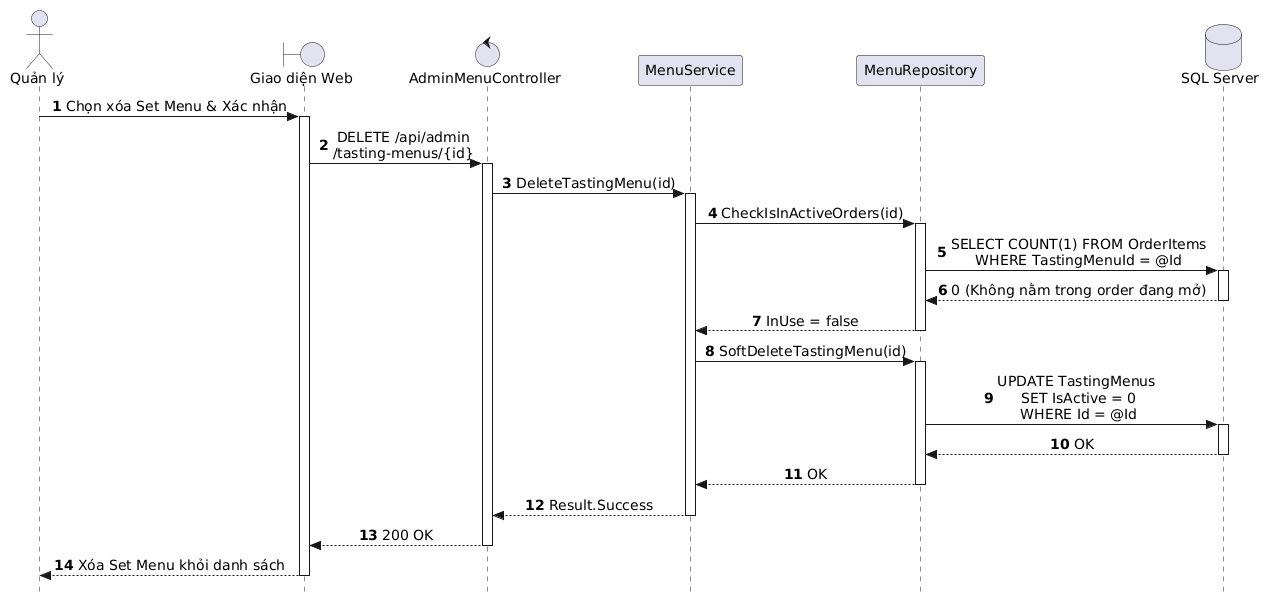
AndrewQng/VinDining keeps this PlantUML diagram as out/docs/puml/sequences/SD_UC_A1_7_Delete_SetMenu/SD_UC_A1_7_Delete_SetMenu.png. Above is the earlier version. Its diagram source:
```plantuml
@startuml
autonumber
skinparam style strictuml
skinparam sequenceMessageAlign center
skinparam responseMessageBelowArrow true
skinparam defaultFontName "Segoe UI", Arial, sans-serif
skinparam defaultFontSize 14

actor "Quản lý" as Manager
boundary "Giao diện Web" as UI
control "AdminMenuController" as Controller
participant "MenuService" as Service
participant "MenuRepository" as Repo
database "SQL Server" as DB

Manager -> UI: Chọn xóa Set Menu & Xác nhận
activate UI

UI -> Controller: DELETE /api/admin\n/tasting-menus/{id}
activate Controller

Controller -> Service: DeleteTastingMenu(id)
activate Service

Service -> Repo: CheckIsInActiveOrders(id)
activate Repo
Repo -> DB: SELECT COUNT(1) FROM OrderItems\nWHERE TastingMenuId = @Id
activate DB
DB --> Repo: 0 (Không nằm trong order đang mở)
deactivate DB
Repo --> Service: InUse = false
deactivate Repo

Service -> Repo: SoftDeleteTastingMenu(id)
activate Repo

Repo -> DB: UPDATE TastingMenus \nSET IsActive = 0\nWHERE Id = @Id
activate DB
DB --> Repo: OK
deactivate DB

Repo --> Service: OK
deactivate Repo

Service --> Controller: Result.Success
deactivate Service

Controller --> UI: 200 OK
deactivate Controller

UI --> Manager: Xóa Set Menu khỏi danh sách
deactivate UI
@enduml
```
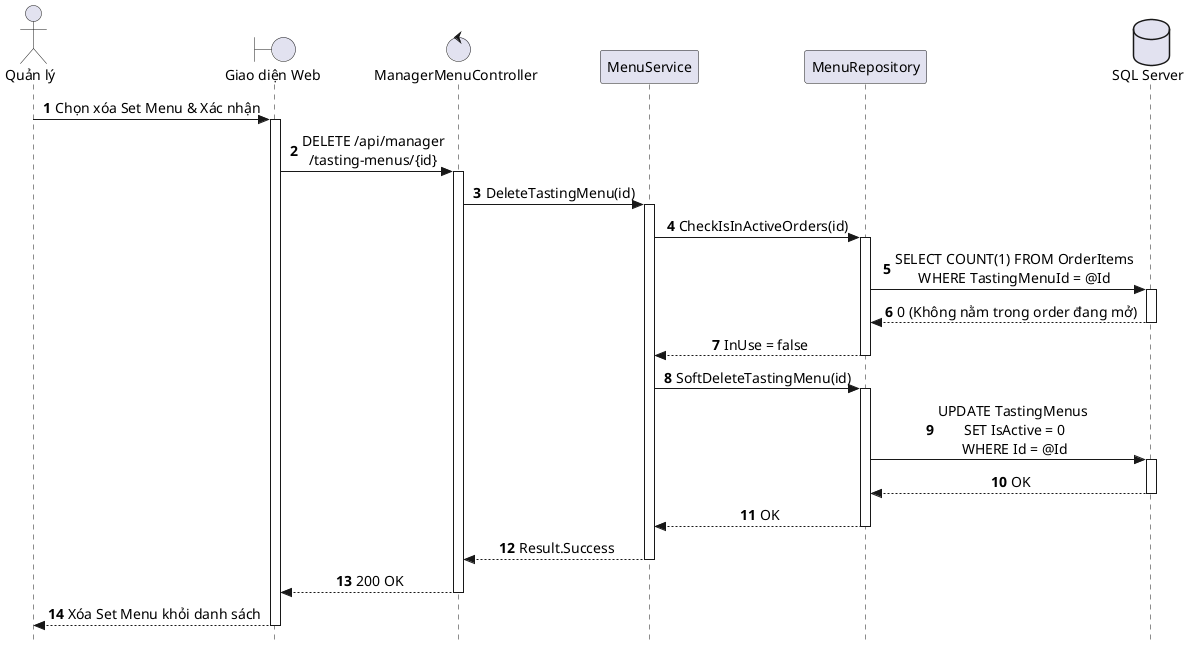
The same diagram one commit later.

What changed in the source:
```diff
@@ -1,4 +1,4 @@
-@startuml
+@startuml SD_UC_A1_7_Delete_SetMenu
 autonumber
 skinparam style strictuml
 skinparam sequenceMessageAlign center
@@ -8,7 +8,7 @@
 
 actor "Quản lý" as Manager
 boundary "Giao diện Web" as UI
-control "AdminMenuController" as Controller
+control "ManagerMenuController" as Controller
 participant "MenuService" as Service
 participant "MenuRepository" as Repo
 database "SQL Server" as DB
@@ -16,7 +16,7 @@
 Manager -> UI: Chọn xóa Set Menu & Xác nhận
 activate UI
 
-UI -> Controller: DELETE /api/admin\n/tasting-menus/{id}
+UI -> Controller: DELETE /api/manager\n/tasting-menus/{id}
 activate Controller
 
 Controller -> Service: DeleteTastingMenu(id)
@@ -50,4 +50,5 @@
 
 UI --> Manager: Xóa Set Menu khỏi danh sách
 deactivate UI
+
 @enduml
```
